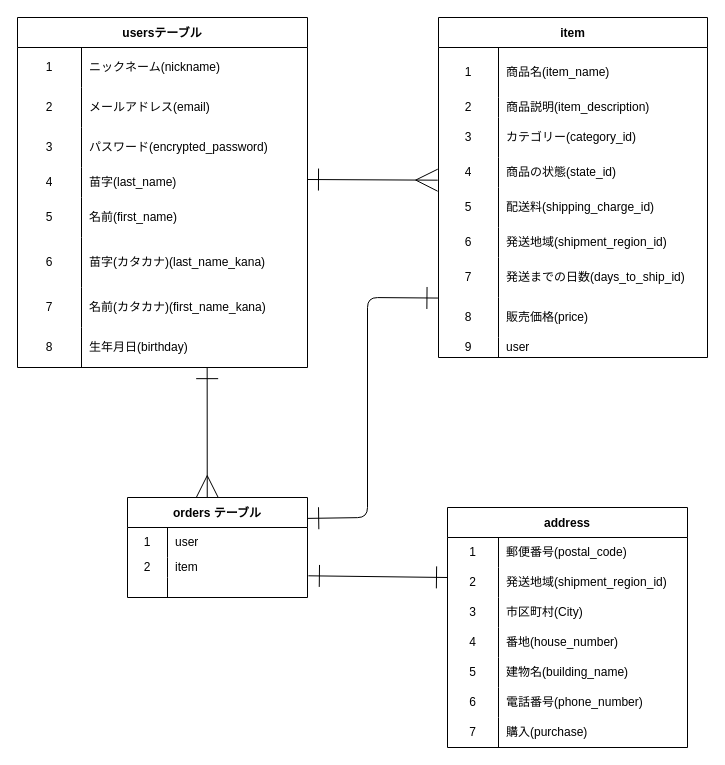
Earlier version of the draw.io diagram ER.dio (tojo-0912/furima-39976). Source tidied: cells renumbered, new cells numbered last; positions are measured from the earlier drawing's top-left corner, leaving out a move shared by most shapes. Both pictures are drawn from the tidied source at 100%, with x=0, y=0 at pixel (17, 17).
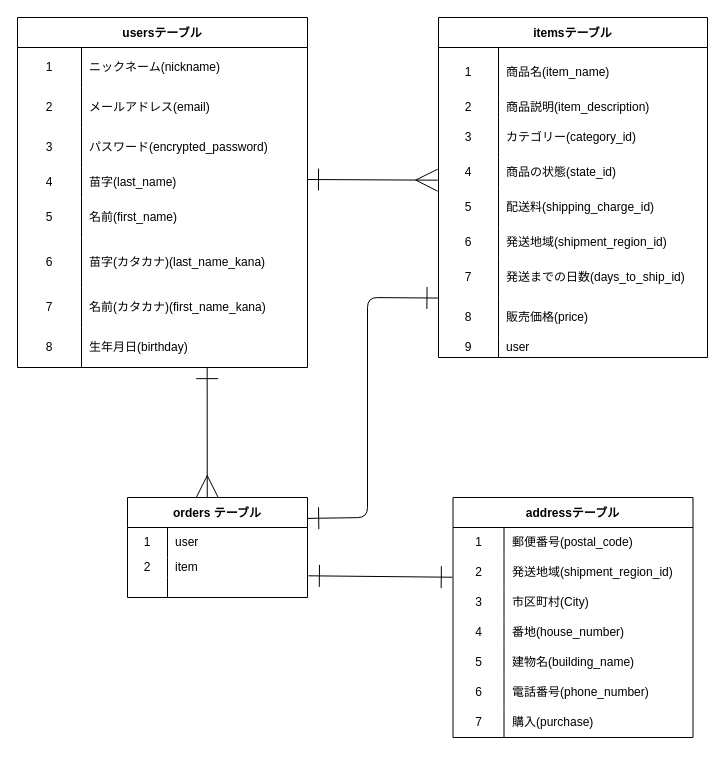
After the change.

Commit message (it also covers changes not shown here):
データベースの設計(修正2)

The change refers to these unchanged cells:
```xml
<mxCell id="31" style="shape=tableRow;horizontal=0;startSize=0;swimlaneHead=0;swimlaneBody=0;top=0;left=0;bottom=0;right=0;fillColor=none;points=[[0,0.5],[1,0.5]];portConstraint=eastwest;" parent="27" vertex="1">
  <mxGeometry y="60" width="240" height="30" as="geometry" />
</mxCell>
<mxCell id="58" style="shape=tableRow;horizontal=0;startSize=0;swimlaneHead=0;swimlaneBody=0;top=0;left=0;bottom=0;right=0;fillColor=none;points=[[0,0.5],[1,0.5]];portConstraint=eastwest;" parent="51" vertex="1">
  <mxGeometry y="80" width="180" height="20" as="geometry" />
</mxCell>
```

What changed in the source:
```diff
@@
-    <mxCell id="27" value="address" style="shape=table;startSize=30;childLayout=tableLayout;rowLines=0;fontStyle=1;" parent="1" vertex="1">
-      <mxGeometry x="430" y="490" width="240" height="240" as="geometry" />
+    <mxCell id="27" value="addressテーブル" style="shape=table;startSize=30;childLayout=tableLayout;rowLines=0;fontStyle=1;" parent="1" vertex="1">
+      <mxGeometry x="435.5" y="480" width="240" height="240" as="geometry" />
     </mxCell>
@@
-    <mxCell id="62" value="item" style="shape=table;startSize=30;childLayout=tableLayout;rowLines=0;fontStyle=1;" parent="1" vertex="1">
+    <mxCell id="62" value="itemsテーブル" style="shape=table;startSize=30;childLayout=tableLayout;rowLines=0;fontStyle=1;" parent="1" vertex="1">
       <mxGeometry x="421" width="269" height="340" as="geometry" />
     </mxCell>
@@
-    <mxCell id="90" style="edgeStyle=none;rounded=1;jumpSize=11;html=1;strokeWidth=1;startArrow=ERone;startFill=0;endArrow=ERone;endFill=0;startSize=20;endSize=20;sourcePerimeterSpacing=20;targetPerimeterSpacing=20;entryX=1.005;entryY=-0.085;entryDx=0;entryDy=0;entryPerimeter=0;" parent="1" edge="1" target="58">
-      <mxGeometry relative="1" as="geometry">
-        <mxPoint x="430" y="560" as="sourcePoint" />
-      </mxGeometry>
+    <mxCell id="90" style="edgeStyle=none;rounded=1;jumpSize=11;html=1;strokeWidth=1;startArrow=ERone;startFill=0;endArrow=ERone;endFill=0;startSize=20;endSize=20;sourcePerimeterSpacing=20;targetPerimeterSpacing=20;entryX=1.005;entryY=-0.085;entryDx=0;entryDy=0;entryPerimeter=0;exitX=-0.003;exitY=0.658;exitDx=0;exitDy=0;exitPerimeter=0;" parent="1" edge="1" source="31" target="58">
+      <mxGeometry relative="1" as="geometry" />
     </mxCell>
```
